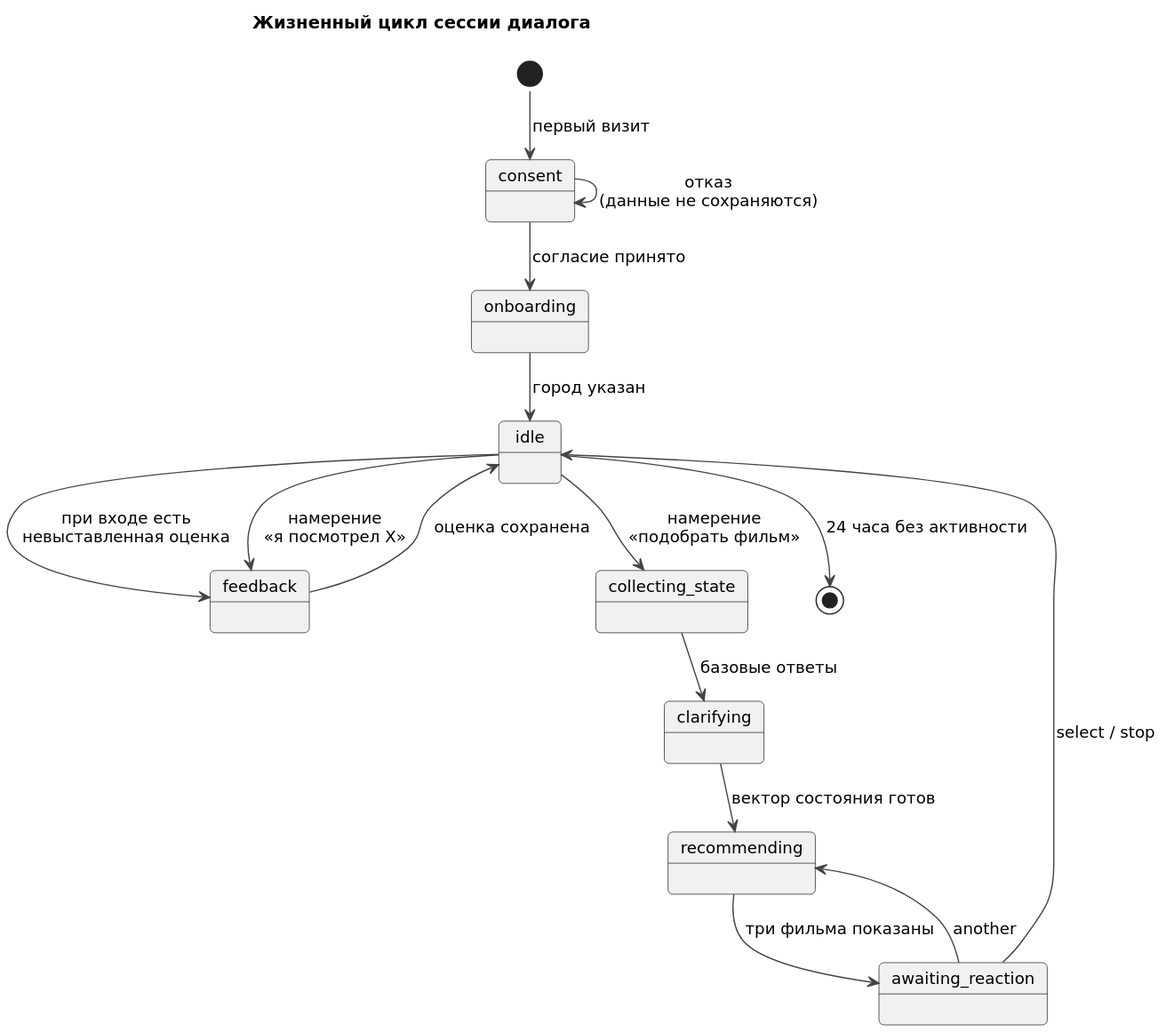
The PlantUML diagram documents/agents/diagrams/050-state-session.svg in ryDIEv/CineMatch, before a commit.
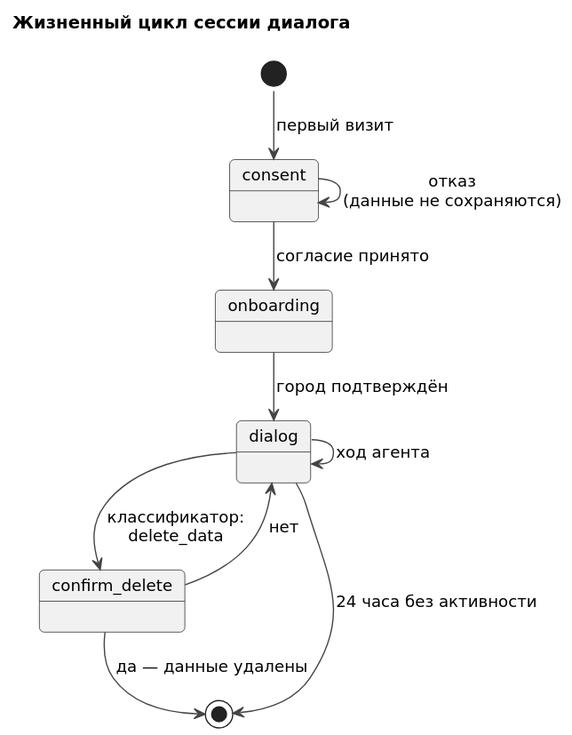
After the change.

The edit, as a diff of the source:
```diff
@@ -2,17 +2,12 @@
 !include _style.iuml
 title Жизненный цикл сессии диалога
 [*] --> consent : первый визит
+consent --> consent : отказ\n(данные не сохраняются)
 consent --> onboarding : согласие принято
-consent --> consent : отказ\n(данные не сохраняются)
-onboarding --> idle : город указан
-idle --> feedback : при входе есть\nневыставленная оценка
-idle --> feedback : намерение\n«я посмотрел X»
-idle --> collecting_state : намерение\n«подобрать фильм»
-feedback --> idle : оценка сохранена
-collecting_state --> clarifying : базовые ответы
-clarifying --> recommending : вектор состояния готов
-recommending --> awaiting_reaction : три фильма показаны
-awaiting_reaction --> recommending : another
-awaiting_reaction --> idle : select / stop
-idle --> [*] : 24 часа без активности
+onboarding --> dialog : город подтверждён
+dialog --> dialog : ход агента
+dialog --> confirm_delete : классификатор:\ndelete_data
+confirm_delete --> dialog : нет
+confirm_delete --> [*] : да — данные удалены
+dialog --> [*] : 24 часа без активности
 @enduml
```
